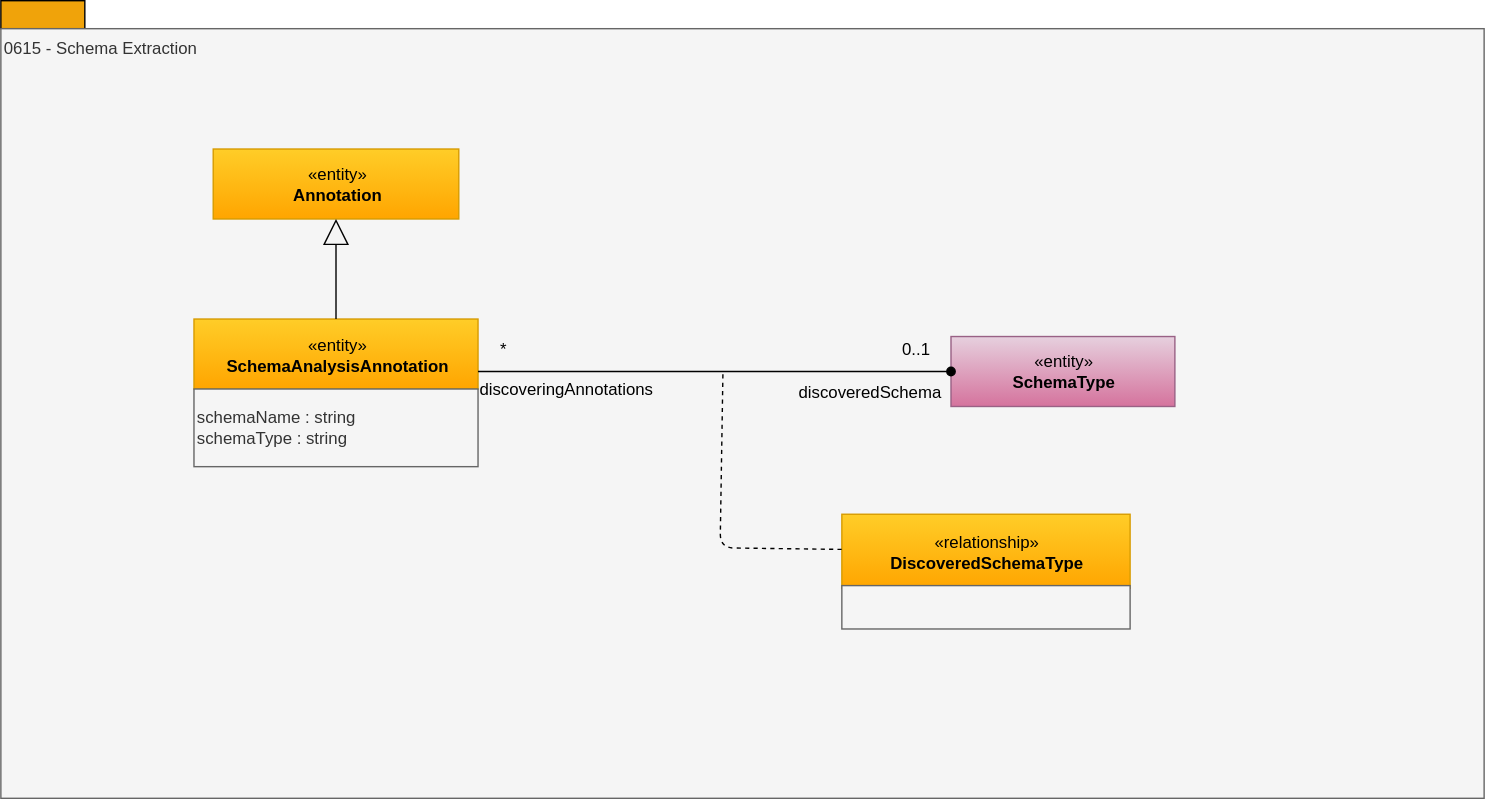
Before: site/docs/types/6/0615-Schema-Extraction.svg, a diagram exported from draw.io (odpi/egeria-docs). Source tidied: cells renumbered, new cells last; positions are measured from the earlier drawing's top-left corner, leaving out a move shared by most shapes.
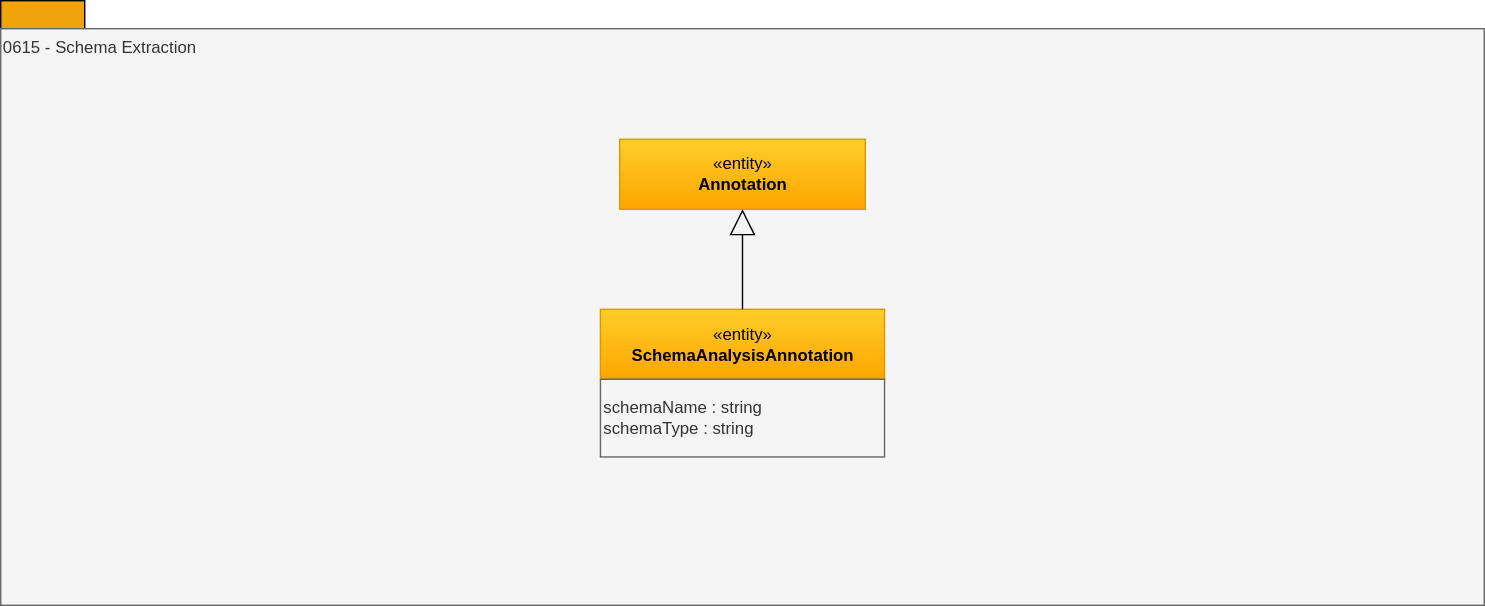
Later version of the same file.

What changed in the source:
```diff
@@ -6,51 +6,19 @@
       <mxGeometry width="60" height="20" as="geometry" />
     </mxCell>
     <mxCell id="3" value="0615 - Schema Extraction" style="rounded=0;whiteSpace=wrap;html=1;align=left;verticalAlign=top;fillColor=#f5f5f5;fontColor=#333333;strokeColor=#666666;" parent="1" vertex="1">
-      <mxGeometry y="20" width="1060" height="550" as="geometry" />
+      <mxGeometry y="20" width="1060" height="412" as="geometry" />
     </mxCell>
     <mxCell id="4" value="«entity»&lt;br&gt;&lt;b&gt;SchemaAnalysisAnnotation&lt;/b&gt;" style="html=1;strokeColor=#d79b00;align=center;fillColor=#ffcd28;gradientColor=#ffa500;" parent="1" vertex="1">
-      <mxGeometry x="138" y="227.5" width="203" height="50" as="geometry" />
+      <mxGeometry x="428.5" y="220.5" width="203" height="50" as="geometry" />
     </mxCell>
     <mxCell id="5" value="schemaName : string&lt;br&gt;schemaType : string&lt;br&gt;" style="rounded=0;whiteSpace=wrap;html=1;strokeColor=#666666;align=left;fillColor=#f5f5f5;fontColor=#333333;" parent="1" vertex="1">
-      <mxGeometry x="138" y="277.5" width="203" height="55.5" as="geometry" />
+      <mxGeometry x="428.5" y="270.5" width="203" height="55.5" as="geometry" />
     </mxCell>
     <mxCell id="6" value="«entity»&lt;br&gt;&lt;b&gt;Annotation&lt;/b&gt;" style="html=1;strokeColor=#d79b00;align=center;fillColor=#ffcd28;gradientColor=#ffa500;" parent="1" vertex="1">
-      <mxGeometry x="151.8" y="106" width="175.5" height="50" as="geometry" />
+      <mxGeometry x="442.2" y="99" width="175.5" height="50" as="geometry" />
     </mxCell>
     <mxCell id="7" style="edgeStyle=orthogonalEdgeStyle;rounded=0;jettySize=auto;html=1;endArrow=block;endFill=0;endSize=16;entryX=0.5;entryY=1;entryDx=0;entryDy=0;exitX=0.5;exitY=0;exitDx=0;exitDy=0;" parent="1" edge="1" source="4" target="6">
       <mxGeometry relative="1" as="geometry" />
     </mxCell>
-    <mxCell id="8" value="«entity»&lt;br&gt;&lt;b&gt;SchemaType&lt;/b&gt;" style="html=1;strokeColor=#996185;align=center;fillColor=#e6d0de;gradientColor=#d5739d;" parent="1" vertex="1">
-      <mxGeometry x="679" y="240" width="160" height="50" as="geometry" />
-    </mxCell>
-    <mxCell id="9" value="discoveringAnnotations" style="text;html=1;strokeColor=none;fillColor=none;align=center;verticalAlign=middle;whiteSpace=wrap;rounded=0;" parent="1" vertex="1">
-      <mxGeometry x="341" y="268" width="126" height="20" as="geometry" />
-    </mxCell>
-    <mxCell id="10" value="*" style="text;html=1;strokeColor=none;fillColor=none;align=center;verticalAlign=middle;whiteSpace=wrap;rounded=0;" parent="1" vertex="1">
-      <mxGeometry x="346" y="240" width="26" height="18" as="geometry" />
-    </mxCell>
-    <mxCell id="11" value="0..1" style="text;html=1;strokeColor=none;fillColor=none;align=center;verticalAlign=middle;whiteSpace=wrap;rounded=0;" parent="1" vertex="1">
-      <mxGeometry x="634" y="239" width="40" height="20" as="geometry" />
-    </mxCell>
-    <mxCell id="12" value="«relationship»&lt;br&gt;&lt;b&gt;DiscoveredSchemaType&lt;/b&gt;" style="html=1;strokeColor=#d79b00;align=center;fillColor=#ffcd28;gradientColor=#ffa500;" parent="1" vertex="1">
-      <mxGeometry x="601" y="367" width="206" height="53" as="geometry" />
-    </mxCell>
-    <mxCell id="13" style="endArrow=none;dashed=1;html=1;" parent="1" edge="1" target="12">
-      <mxGeometry relative="1" as="geometry">
-        <mxPoint x="516" y="267" as="sourcePoint" />
-        <Array as="points">
-          <mxPoint x="514" y="391" />
-        </Array>
-      </mxGeometry>
-    </mxCell>
-    <mxCell id="14" style="rounded=0;whiteSpace=wrap;html=1;align=left;fillColor=#f5f5f5;fontColor=#333333;strokeColor=#666666;" parent="1" vertex="1">
-      <mxGeometry x="601" y="418" width="206" height="31" as="geometry" />
-    </mxCell>
-    <mxCell id="15" value="discoveredSchema" style="text;html=1;strokeColor=none;fillColor=none;align=center;verticalAlign=middle;whiteSpace=wrap;rounded=0;" parent="1" vertex="1">
-      <mxGeometry x="573" y="270" width="95.8" height="20" as="geometry" />
-    </mxCell>
-    <mxCell id="16" style="edgeStyle=orthogonalEdgeStyle;rounded=0;html=1;entryX=1;entryY=0.75;endArrow=none;endFill=0;jettySize=auto;entryDx=0;entryDy=0;startArrow=oval;startFill=1;" parent="1" edge="1" source="8" target="4">
-      <mxGeometry relative="1" as="geometry" />
-    </mxCell>
   </root>
 </mxGraphModel>
```
